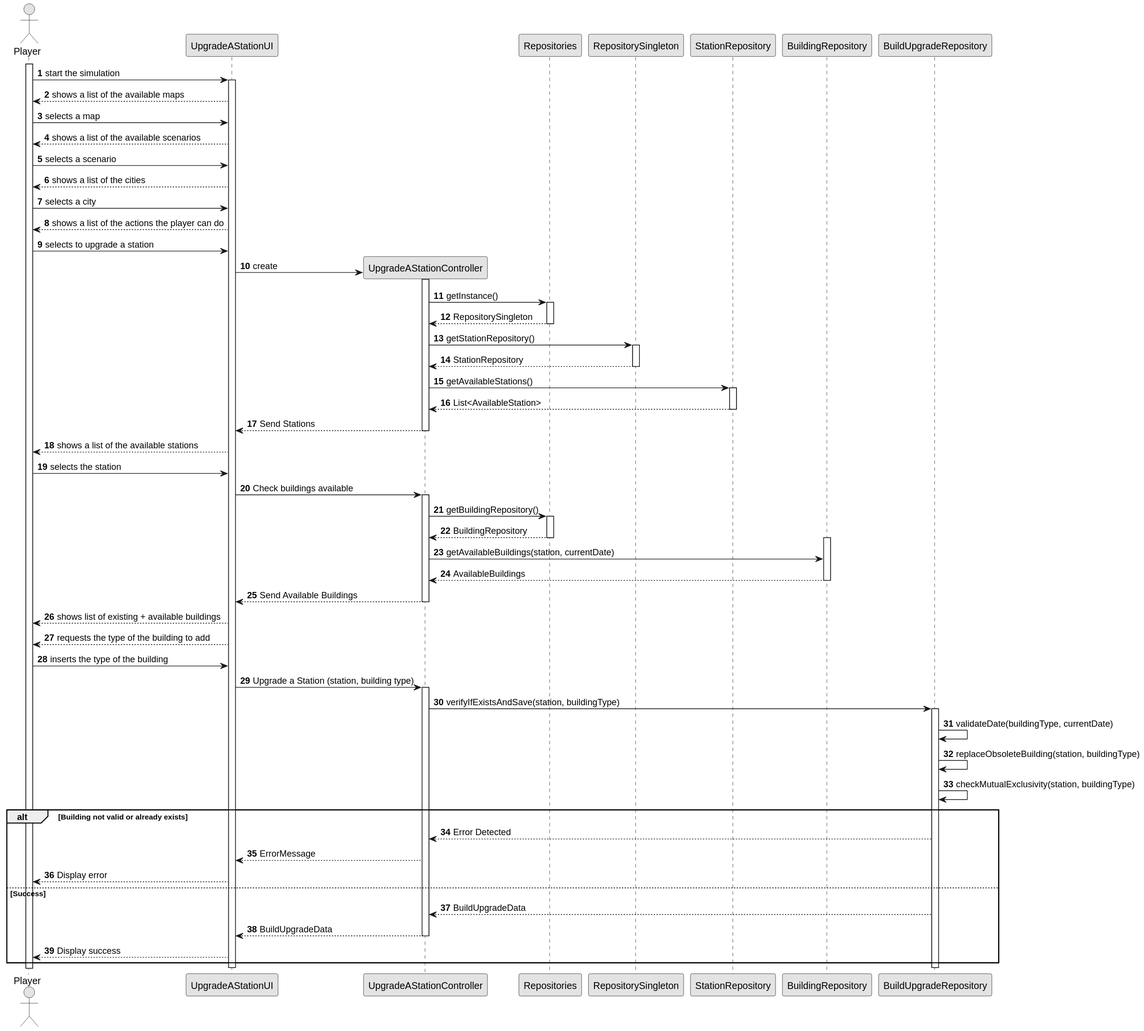
Before: docs/sprint2/us006/03.design/svg/us006-sequence-diagram-full.svg, a diagram exported from PlantUML (ivasduarte/all-aboard).
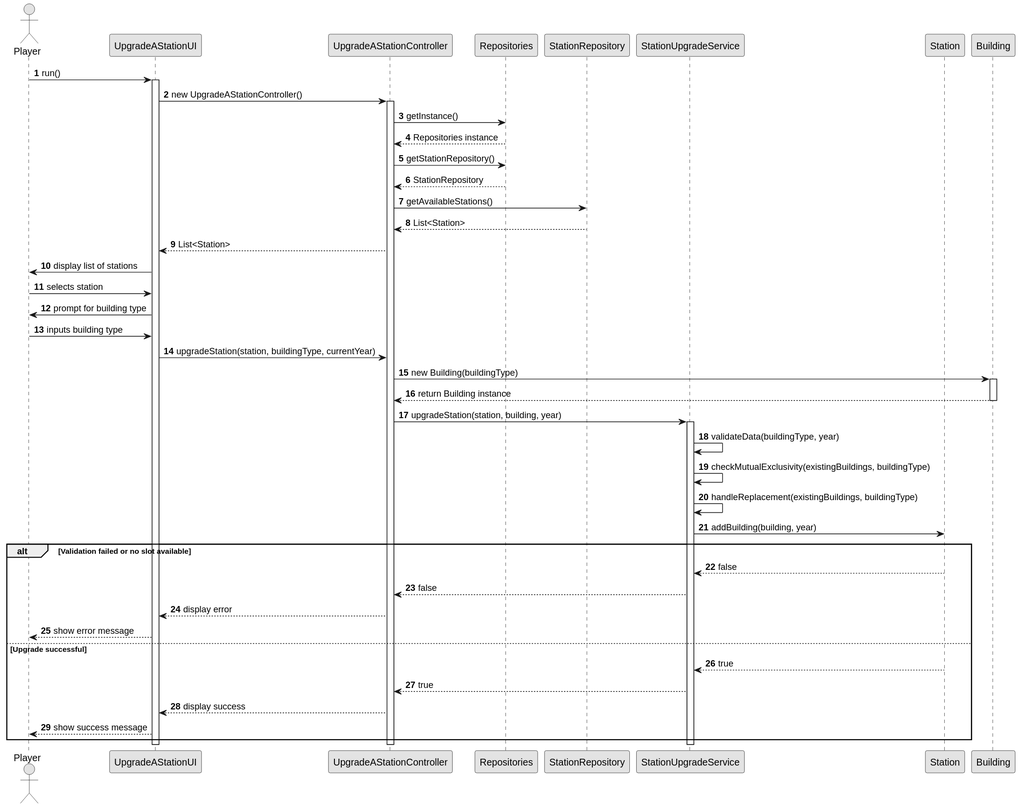
After the commit.

Commit message:
US06(docs): corrected full diagram sequence

Diff of the diagram source:
```diff
@@ -7,94 +7,62 @@
 
 actor "Player" as Player
 participant "UpgradeAStationUI" as UI
+participant "UpgradeAStationController" as CTRL
+participant "Repositories" as Repos
+participant "StationRepository" as Station_REPO
+participant "StationUpgradeService" as Station_UPG
+participant "Station" as Station
+participant "Building" as Building
 
-
-activate Player
-
-Player -> UI : start the simulation
+Player -> UI : run()
 activate UI
 
-UI --> Player : shows a list of the available maps
-Player -> UI : selects a map
-UI --> Player : shows a list of the available scenarios
-Player -> UI : selects a scenario
-UI --> Player : shows a list of the cities
-Player -> UI : selects a city
-UI --> Player : shows a list of the actions the player can do
-Player -> UI : selects to upgrade a station
-
-create "UpgradeAStationController" as CTRL
-
-UI -> CTRL : create
-
-
+UI -> CTRL : new UpgradeAStationController()
 activate CTRL
 
-CTRL -> Repositories : getInstance()
+CTRL -> Repos : getInstance()
+Repos --> CTRL : Repositories instance
 
-activate Repositories
-Repositories --> CTRL : RepositorySingleton
-deactivate Repositories
-
-CTRL -> RepositorySingleton : getStationRepository()
-activate RepositorySingleton
-RepositorySingleton --> CTRL : StationRepository
-deactivate RepositorySingleton
-
-participant "StationRepository" as Station_REPO
+CTRL -> Repos : getStationRepository()
+Repos --> CTRL : StationRepository
 
 CTRL -> Station_REPO : getAvailableStations()
-activate Station_REPO
-Station_REPO --> CTRL : List<AvailableStation>
-deactivate Station_REPO
+Station_REPO --> CTRL : List<Station>
+CTRL --> UI : List<Station>
 
-CTRL --> UI : Send Stations
-deactivate CTRL
+UI -> Player : display list of stations
+Player -> UI : selects station
+UI -> Player : prompt for building type
+Player -> UI : inputs building type
 
-UI --> Player : shows a list of the available stations
-Player -> UI : selects the station
-UI -> CTRL : Check buildings available
-activate CTRL
+UI -> CTRL : upgradeStation(station, buildingType, currentYear)
 
-CTRL -> Repositories : getBuildingRepository()
-activate Repositories
-Repositories --> CTRL : BuildingRepository
-deactivate Repositories
+CTRL -> Building : new Building(buildingType)
+activate Building
+Building --> CTRL : return Building instance
+deactivate Building
 
-participant "BuildingRepository" as Station_BUILD
-activate Station_BUILD
-CTRL -> Station_BUILD : getAvailableBuildings(station, currentDate)
-Station_BUILD --> CTRL : AvailableBuildings
-deactivate Station_BUILD
+CTRL -> Station_UPG : upgradeStation(station, building, year)
+activate Station_UPG
 
-CTRL --> UI: Send Available Buildings
-deactivate CTRL
+Station_UPG -> Station_UPG : validateData(buildingType, year)
+Station_UPG -> Station_UPG : checkMutualExclusivity(existingBuildings, buildingType)
+Station_UPG -> Station_UPG : handleReplacement(existingBuildings, buildingType)
+Station_UPG -> Station : addBuilding(building, year)
 
-UI --> Player : shows list of existing + available buildings
-UI --> Player : requests the type of the building to add
-Player -> UI : inserts the type of the building
-UI -> CTRL : Upgrade a Station (station, building type)
-
-participant "BuildUpgradeRepository" as Station_UPG
-activate CTRL
-CTRL -> Station_UPG : verifyIfExistsAndSave(station, buildingType)
-activate Station_UPG
-    Station_UPG -> Station_UPG : validateDate(buildingType, currentDate)
-    Station_UPG -> Station_UPG : replaceObsoleteBuilding(station, buildingType)
-    Station_UPG -> Station_UPG : checkMutualExclusivity(station, buildingType)
-alt Building not valid or already exists
-    Station_UPG --> CTRL : Error Detected
-    CTRL --> UI : ErrorMessage
-
-    UI --> Player : Display error
-else Success
-    Station_UPG --> CTRL : BuildUpgradeData
-    CTRL --> UI : BuildUpgradeData
-    deactivate CTRL
-    UI --> Player : Display success
+alt Validation failed or no slot available
+    Station --> Station_UPG : false
+    Station_UPG --> CTRL : false
+    CTRL --> UI : display error
+    UI --> Player : show error message
+else Upgrade successful
+    Station --> Station_UPG : true
+    Station_UPG --> CTRL : true
+    CTRL --> UI : display success
+    UI --> Player : show success message
 end
 
 deactivate Station_UPG
-activate UI
+deactivate CTRL
 deactivate UI
 @enduml
```
